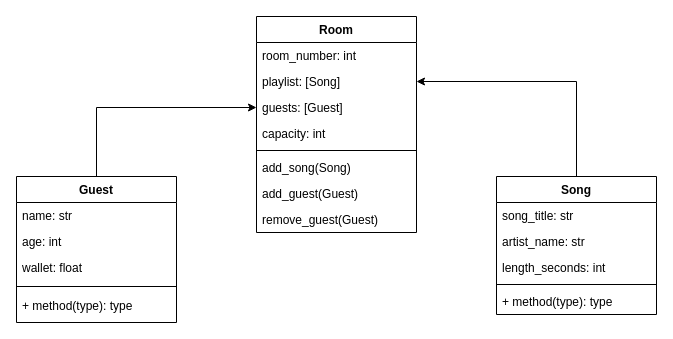
Above: diagram.drawio in Stanhoucke/Karaoke_hw (draw.io), before the change. Source tidied: cells renumbered, new cells numbered last; positions are measured from the earlier drawing's top-left corner, leaving out a move shared by most shapes. Both pictures are drawn from the tidied source at 100%, with x=0, y=0 at pixel (16, 16).
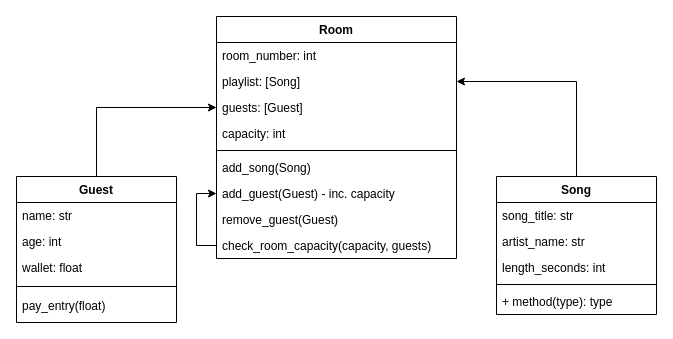
The same page after the edit.

Commit message:
added more methods to classes diagram

Unchanged cells that the change refers to:
```xml
<mxCell id="12" value="Guest" style="swimlane;fontStyle=1;align=center;verticalAlign=top;horizontal=1;startSize=26;" parent="1" vertex="1">
  <mxGeometry y="160" width="160" height="146" as="geometry" />
</mxCell>
```

Change to the diagram source:
```diff
@@
     <mxCell id="2" value="Room" style="swimlane;fontStyle=1;align=center;verticalAlign=top;horizontal=1;startSize=26;" parent="1" vertex="1">
-      <mxGeometry x="240" width="160" height="216" as="geometry" />
+      <mxGeometry x="200" width="240" height="242" as="geometry" />
     </mxCell>
     <mxCell id="3" value="room_number: int" style="text;strokeColor=none;fillColor=none;align=left;verticalAlign=top;spacingLeft=4;spacingRight=4;overflow=hidden;" parent="2" vertex="1">
-      <mxGeometry y="26" width="160" height="26" as="geometry" />
+      <mxGeometry y="26" width="240" height="26" as="geometry" />
     </mxCell>
     <mxCell id="4" value="playlist: [Song]" style="text;strokeColor=none;fillColor=none;align=left;verticalAlign=top;spacingLeft=4;spacingRight=4;overflow=hidden;points=[[0,0.5],[1,0.5]];portConstraint=eastwest;" parent="2" vertex="1">
-      <mxGeometry y="52" width="160" height="26" as="geometry" />
+      <mxGeometry y="52" width="240" height="26" as="geometry" />
     </mxCell>
     <mxCell id="5" value="guests: [Guest]" style="text;strokeColor=none;fillColor=none;align=left;verticalAlign=top;spacingLeft=4;spacingRight=4;overflow=hidden;points=[[0,0.5],[1,0.5]];portConstraint=eastwest;" parent="2" vertex="1">
-      <mxGeometry y="78" width="160" height="26" as="geometry" />
+      <mxGeometry y="78" width="240" height="26" as="geometry" />
     </mxCell>
     <mxCell id="6" value="capacity: int" style="text;strokeColor=none;fillColor=none;align=left;verticalAlign=top;spacingLeft=4;spacingRight=4;overflow=hidden;" parent="2" vertex="1">
-      <mxGeometry y="104" width="160" height="26" as="geometry" />
+      <mxGeometry y="104" width="240" height="26" as="geometry" />
     </mxCell>
     <mxCell id="7" style="line;strokeWidth=1;fillColor=none;align=left;verticalAlign=middle;spacingTop=-1;spacingLeft=3;spacingRight=3;labelPosition=right;" parent="2" vertex="1">
-      <mxGeometry y="130" width="160" height="8" as="geometry" />
+      <mxGeometry y="130" width="240" height="8" as="geometry" />
     </mxCell>
     <mxCell id="8" value="add_song(Song)" style="text;strokeColor=none;fillColor=none;align=left;verticalAlign=top;spacingLeft=4;spacingRight=4;overflow=hidden;" parent="2" vertex="1">
-      <mxGeometry y="138" width="160" height="26" as="geometry" />
+      <mxGeometry y="138" width="240" height="26" as="geometry" />
     </mxCell>
-    <mxCell id="9" value="add_guest(Guest)" style="text;strokeColor=none;fillColor=none;align=left;verticalAlign=top;spacingLeft=4;spacingRight=4;overflow=hidden;points=[[0,0.5],[1,0.5]];portConstraint=eastwest;" parent="2" vertex="1">
-      <mxGeometry y="164" width="160" height="26" as="geometry" />
+    <mxCell id="9" value="add_guest(Guest) - inc. capacity" style="text;strokeColor=none;fillColor=none;align=left;verticalAlign=top;spacingLeft=4;spacingRight=4;overflow=hidden;points=[[0,0.5],[1,0.5]];portConstraint=eastwest;" parent="2" vertex="1">
+      <mxGeometry y="164" width="240" height="26" as="geometry" />
     </mxCell>
     <mxCell id="10" value="remove_guest(Guest)" style="text;strokeColor=none;fillColor=none;align=left;verticalAlign=top;spacingLeft=4;spacingRight=4;overflow=hidden;" parent="2" vertex="1">
-      <mxGeometry y="190" width="160" height="26" as="geometry" />
+      <mxGeometry y="190" width="240" height="26" as="geometry" />
     </mxCell>
+    <mxCell id="25" style="edgeStyle=orthogonalEdgeStyle;rounded=0;jettySize=auto;html=1;exitX=0;exitY=0.5;exitDx=0;exitDy=0;entryX=0;entryY=0.5;entryDx=0;entryDy=0;" parent="2" edge="1" source="26" target="9">
+      <mxGeometry relative="1" as="geometry" />
+    </mxCell>
+    <mxCell id="26" value="check_room_capacity(capacity, guests)" style="text;strokeColor=none;fillColor=none;align=left;verticalAlign=top;spacingLeft=4;spacingRight=4;overflow=hidden;points=[[0,0.5],[1,0.5]];portConstraint=eastwest;" parent="2" vertex="1">
+      <mxGeometry y="216" width="240" height="26" as="geometry" />
+    </mxCell>
@@
-    <mxCell id="17" value="+ method(type): type" style="text;strokeColor=none;fillColor=none;align=left;verticalAlign=top;spacingLeft=4;spacingRight=4;overflow=hidden;" parent="12" vertex="1">
+    <mxCell id="17" value="pay_entry(float)" style="text;strokeColor=none;fillColor=none;align=left;verticalAlign=top;spacingLeft=4;spacingRight=4;overflow=hidden;" parent="12" vertex="1">
       <mxGeometry y="116" width="160" height="30" as="geometry" />
     </mxCell>
```
